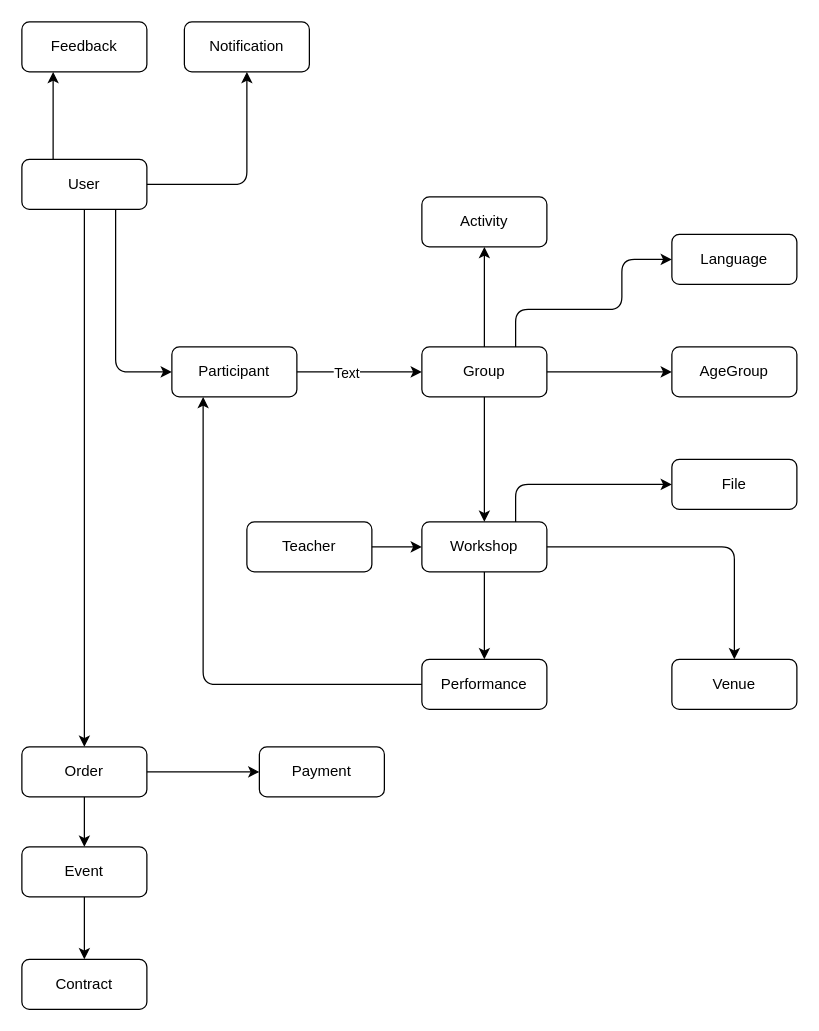
Earlier version of the draw.io diagram docs/erm.drawio (OleksiyKharkiv/lebens_rhythmus). Source tidied: cells renumbered, new cells numbered last; positions are measured from the earlier drawing's top-left corner, leaving out a move shared by most shapes. Both pictures are drawn from the tidied source at 125%, with x=0, y=0 at pixel (21, 21).
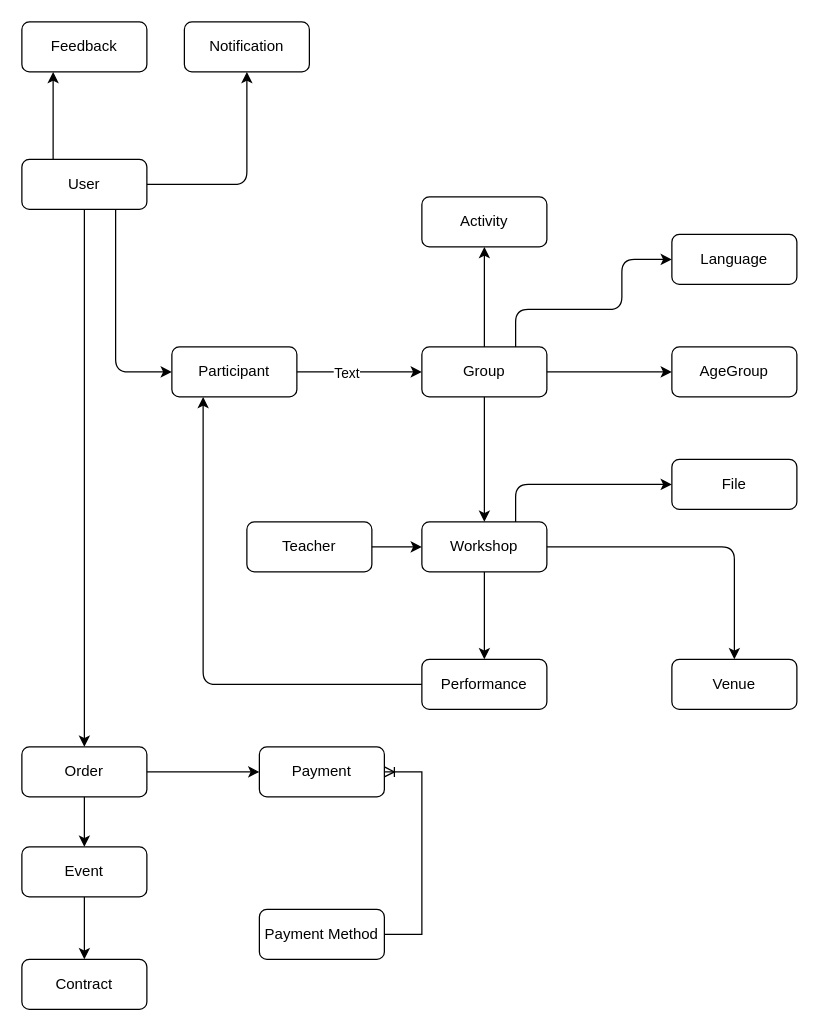
Above is the later version.

Unchanged cells that the change refers to:
```xml
<mxCell id="16" value="Payment" style="rounded=1;whiteSpace=wrap;html=1;" parent="1" vertex="1">
  <mxGeometry x="190" y="580" width="100" height="40" as="geometry" />
</mxCell>
```

Change to the diagram source:
```diff
@@
+    <mxCell id="37" value="Payment Method" style="rounded=1;whiteSpace=wrap;html=1;" parent="1" vertex="1">
+      <mxGeometry x="190" y="710" width="100" height="40" as="geometry" />
+    </mxCell>
+    <mxCell id="38" style="edgeStyle=entityRelationEdgeStyle;fontSize=12;html=1;endArrow=ERoneToMany;rounded=0;exitX=1;exitY=0.5;exitDx=0;exitDy=0;entryX=1;entryY=0.5;entryDx=0;entryDy=0;" parent="1" edge="1" source="37" target="16">
+      <mxGeometry relative="1" as="geometry" />
+    </mxCell>
```
